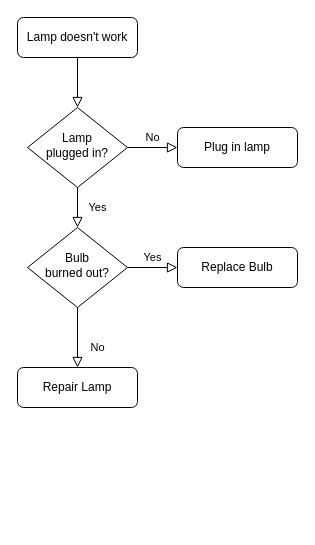
Before: Diagrams/未命名绘图.drawio in LuoQe/Sue, a draw.io diagram. Source tidied: cells renumbered, new cells numbered last; positions are measured from the earlier drawing's top-left corner, leaving out a move shared by most shapes. Both pictures are drawn from the tidied source at 100%, with x=0, y=0 at pixel (17, 17).
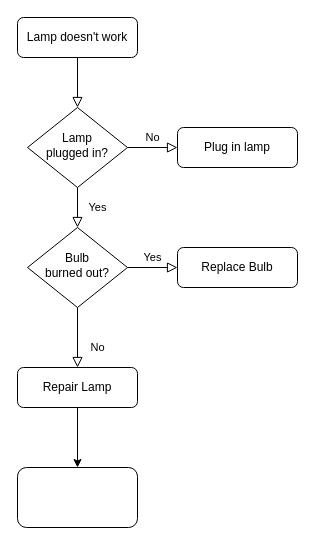
The same page after the edit.

Commit message:
更新未命名绘图.drawio

The edit, as a diff of the source:
```diff
@@
 <mxGraphModel>
   <root>
     <mxCell id="0" />
     <mxCell id="1" parent="0" />
     <mxCell id="2" style="rounded=0;html=1;jettySize=auto;fontSize=11;endArrow=block;endFill=0;endSize=8;strokeWidth=1;shadow=0;labelBackgroundColor=none;edgeStyle=orthogonalEdgeStyle;" parent="1" edge="1" source="3" target="6">
       <mxGeometry relative="1" as="geometry" />
     </mxCell>
     <mxCell id="3" value="Lamp doesn't work" style="rounded=1;whiteSpace=wrap;html=1;fontSize=12;glass=0;strokeWidth=1;shadow=0;" parent="1" vertex="1">
       <mxGeometry width="120" height="40" as="geometry" />
     </mxCell>
     <mxCell id="4" value="Yes" style="rounded=0;html=1;jettySize=auto;fontSize=11;endArrow=block;endFill=0;endSize=8;strokeWidth=1;shadow=0;labelBackgroundColor=none;edgeStyle=orthogonalEdgeStyle;" parent="1" edge="1" source="6" target="10">
       <mxGeometry y="20" relative="1" as="geometry" />
     </mxCell>
     <mxCell id="5" value="No" style="edgeStyle=orthogonalEdgeStyle;rounded=0;html=1;jettySize=auto;fontSize=11;endArrow=block;endFill=0;endSize=8;strokeWidth=1;shadow=0;labelBackgroundColor=none;" parent="1" edge="1" source="6" target="7">
       <mxGeometry y="10" relative="1" as="geometry" />
     </mxCell>
     <mxCell id="6" value="Lamp&lt;br&gt;plugged in?" style="rhombus;whiteSpace=wrap;html=1;shadow=0;fontFamily=Helvetica;fontSize=12;align=center;strokeWidth=1;spacing=6;spacingTop=-4;" parent="1" vertex="1">
       <mxGeometry x="10" y="90" width="100" height="80" as="geometry" />
     </mxCell>
     <mxCell id="7" value="Plug in lamp" style="rounded=1;whiteSpace=wrap;html=1;fontSize=12;glass=0;strokeWidth=1;shadow=0;" parent="1" vertex="1">
       <mxGeometry x="160" y="110" width="120" height="40" as="geometry" />
     </mxCell>
     <mxCell id="8" value="No" style="rounded=0;html=1;jettySize=auto;fontSize=11;endArrow=block;endFill=0;endSize=8;strokeWidth=1;shadow=0;labelBackgroundColor=none;edgeStyle=orthogonalEdgeStyle;" parent="1" edge="1" source="10" target="11">
       <mxGeometry x="0.33" y="20" relative="1" as="geometry" />
     </mxCell>
     <mxCell id="9" value="Yes" style="edgeStyle=orthogonalEdgeStyle;rounded=0;html=1;jettySize=auto;fontSize=11;endArrow=block;endFill=0;endSize=8;strokeWidth=1;shadow=0;labelBackgroundColor=none;" parent="1" edge="1" source="10" target="12">
       <mxGeometry y="10" relative="1" as="geometry" />
     </mxCell>
     <mxCell id="10" value="Bulb&lt;br&gt;burned out?" style="rhombus;whiteSpace=wrap;html=1;shadow=0;fontFamily=Helvetica;fontSize=12;align=center;strokeWidth=1;spacing=6;spacingTop=-4;" parent="1" vertex="1">
       <mxGeometry x="10" y="210" width="100" height="80" as="geometry" />
     </mxCell>
+    <mxCell id="13" style="edgeStyle=orthogonalEdgeStyle;rounded=0;jettySize=auto;html=1;" parent="1" edge="1" source="11" target="14">
+      <mxGeometry relative="1" as="geometry" />
+    </mxCell>
     <mxCell id="11" value="Repair Lamp" style="rounded=1;whiteSpace=wrap;html=1;fontSize=12;glass=0;strokeWidth=1;shadow=0;" parent="1" vertex="1">
       <mxGeometry y="350" width="120" height="40" as="geometry" />
     </mxCell>
     <mxCell id="12" value="Replace Bulb" style="rounded=1;whiteSpace=wrap;html=1;fontSize=12;glass=0;strokeWidth=1;shadow=0;" parent="1" vertex="1">
       <mxGeometry x="160" y="230" width="120" height="40" as="geometry" />
     </mxCell>
+    <mxCell id="14" style="rounded=1;whiteSpace=wrap;html=1;" parent="1" vertex="1">
+      <mxGeometry y="450" width="120" height="60" as="geometry" />
+    </mxCell>
   </root>
 </mxGraphModel>
```
